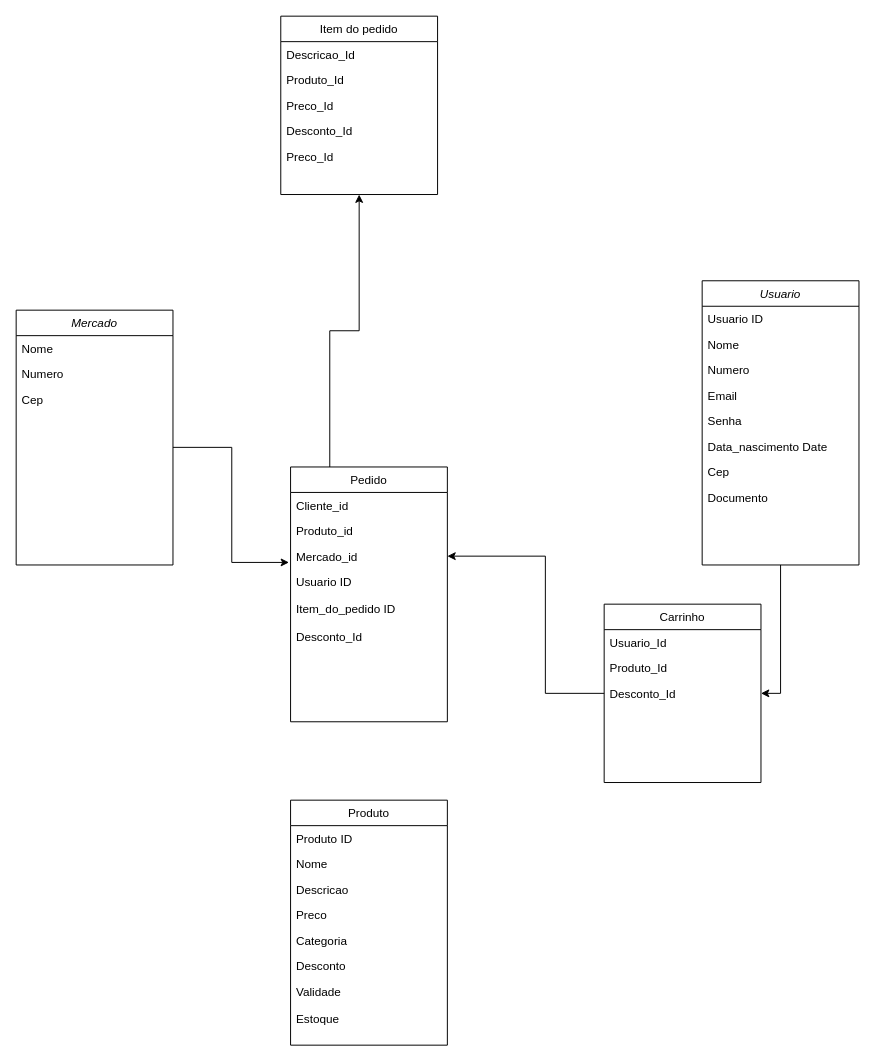
The draw.io diagram Pi5.drawio in GustavoSsampaio/Pi_Baratin, before the edit. Source tidied: cells renumbered, new cells numbered last; positions are measured from the earlier drawing's top-left corner, leaving out a move shared by most shapes. Both pictures are drawn from the tidied source at 98%, with x=0, y=0 at pixel (16, 16).
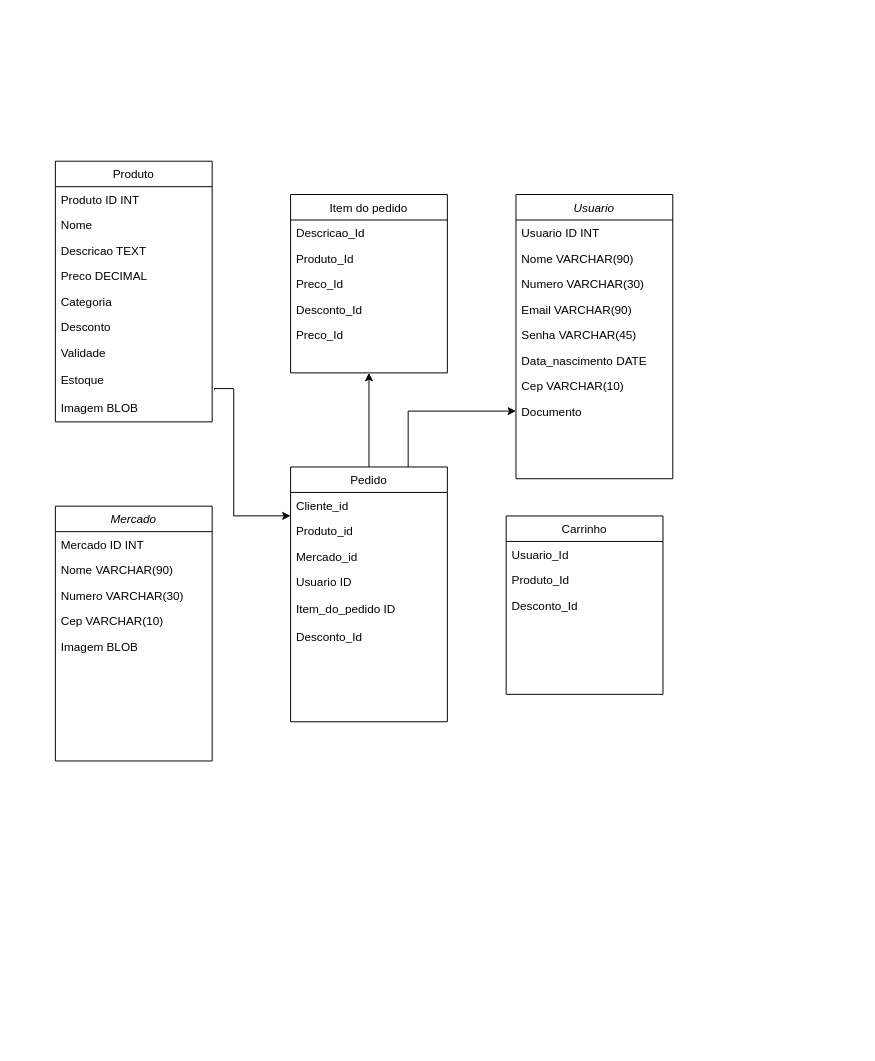
After the change.

Unchanged cells that the change refers to:
```xml
<mxCell id="13" value="Pedido" style="swimlane;fontStyle=0;align=center;verticalAlign=top;horizontal=1;startSize=26;rounded=0;shadow=0;strokeWidth=1;" parent="1" vertex="1">
  <mxGeometry x="280" y="460" width="160" height="260" as="geometry" />
</mxCell>
```

Change to the diagram source:
```diff
@@
-    <mxCell id="2" style="edgeStyle=orthogonalEdgeStyle;rounded=0;jettySize=auto;html=1;exitX=0.5;exitY=1;exitDx=0;exitDy=0;entryX=1;entryY=0.5;entryDx=0;entryDy=0;" parent="1" edge="1" source="3" target="20">
-      <mxGeometry relative="1" as="geometry" />
-    </mxCell>
     <mxCell id="3" value="Usuario" style="swimlane;fontStyle=2;align=center;verticalAlign=top;horizontal=1;startSize=26;rounded=0;shadow=0;strokeWidth=1;" parent="1" vertex="1">
-      <mxGeometry x="700" y="270" width="160" height="290" as="geometry" />
+      <mxGeometry x="510" y="182" width="160" height="290" as="geometry" />
     </mxCell>
-    <mxCell id="4" value="Usuario ID" style="text;align=left;verticalAlign=top;spacingLeft=4;spacingRight=4;overflow=hidden;" parent="3" vertex="1">
+    <mxCell id="4" value="Usuario ID INT" style="text;align=left;verticalAlign=top;spacingLeft=4;spacingRight=4;overflow=hidden;" parent="3" vertex="1">
       <mxGeometry y="26" width="160" height="26" as="geometry" />
     </mxCell>
-    <mxCell id="5" value="Nome" style="text;align=left;verticalAlign=top;spacingLeft=4;spacingRight=4;overflow=hidden;" parent="3" vertex="1">
+    <mxCell id="5" value="Nome VARCHAR(90)" style="text;align=left;verticalAlign=top;spacingLeft=4;spacingRight=4;overflow=hidden;" parent="3" vertex="1">
       <mxGeometry y="52" width="160" height="26" as="geometry" />
     </mxCell>
-    <mxCell id="6" value="Numero" style="text;align=left;verticalAlign=top;spacingLeft=4;spacingRight=4;overflow=hidden;rounded=0;shadow=0;html=0;" parent="3" vertex="1">
+    <mxCell id="6" value="Numero VARCHAR(30)" style="text;align=left;verticalAlign=top;spacingLeft=4;spacingRight=4;overflow=hidden;rounded=0;shadow=0;html=0;" parent="3" vertex="1">
       <mxGeometry y="78" width="160" height="26" as="geometry" />
     </mxCell>
-    <mxCell id="7" value="Email" style="text;align=left;verticalAlign=top;spacingLeft=4;spacingRight=4;overflow=hidden;rounded=0;shadow=0;html=0;" parent="3" vertex="1">
+    <mxCell id="7" value="Email VARCHAR(90)" style="text;align=left;verticalAlign=top;spacingLeft=4;spacingRight=4;overflow=hidden;rounded=0;shadow=0;html=0;" parent="3" vertex="1">
       <mxGeometry y="104" width="160" height="26" as="geometry" />
     </mxCell>
-    <mxCell id="8" value="Senha" style="text;align=left;verticalAlign=top;spacingLeft=4;spacingRight=4;overflow=hidden;" parent="3" vertex="1">
+    <mxCell id="8" value="Senha VARCHAR(45)" style="text;align=left;verticalAlign=top;spacingLeft=4;spacingRight=4;overflow=hidden;" parent="3" vertex="1">
       <mxGeometry y="130" width="160" height="26" as="geometry" />
     </mxCell>
-    <mxCell id="9" value="Data_nascimento Date" style="text;align=left;verticalAlign=top;spacingLeft=4;spacingRight=4;overflow=hidden;" parent="3" vertex="1">
+    <mxCell id="9" value="Data_nascimento DATE" style="text;align=left;verticalAlign=top;spacingLeft=4;spacingRight=4;overflow=hidden;" parent="3" vertex="1">
       <mxGeometry y="156" width="160" height="26" as="geometry" />
     </mxCell>
-    <mxCell id="10" value="Cep" style="text;align=left;verticalAlign=top;spacingLeft=4;spacingRight=4;overflow=hidden;" parent="3" vertex="1">
+    <mxCell id="10" value="Cep VARCHAR(10)" style="text;align=left;verticalAlign=top;spacingLeft=4;spacingRight=4;overflow=hidden;" parent="3" vertex="1">
       <mxGeometry y="182" width="160" height="26" as="geometry" />
     </mxCell>
-    <mxCell id="11" value="Documento" style="text;align=left;verticalAlign=top;spacingLeft=4;spacingRight=4;overflow=hidden;points=[[0,0.5],[1,0.5]];portConstraint=eastwest;" parent="3" vertex="1">
+    <mxCell id="11" value="Documento " style="text;align=left;verticalAlign=top;spacingLeft=4;spacingRight=4;overflow=hidden;points=[[0,0.5],[1,0.5]];portConstraint=eastwest;" parent="3" vertex="1">
       <mxGeometry y="208" width="160" height="26" as="geometry" />
     </mxCell>
-    <mxCell id="12" style="edgeStyle=orthogonalEdgeStyle;rounded=0;jettySize=auto;html=1;exitX=0.25;exitY=0;exitDx=0;exitDy=0;entryX=0.5;entryY=1;entryDx=0;entryDy=0;" parent="1" edge="1" source="13" target="37">
+    <mxCell id="12" style="edgeStyle=orthogonalEdgeStyle;rounded=0;jettySize=auto;html=1;exitX=0.5;exitY=0;exitDx=0;exitDy=0;entryX=0.5;entryY=1;entryDx=0;entryDy=0;" parent="1" edge="1" source="13" target="37">
       <mxGeometry relative="1" as="geometry" />
     </mxCell>
+    <mxCell id="45" style="edgeStyle=orthogonalEdgeStyle;rounded=0;jettySize=auto;html=1;exitX=0.75;exitY=0;exitDx=0;exitDy=0;entryX=0;entryY=0.5;entryDx=0;entryDy=0;" parent="1" edge="1" source="13" target="11">
+      <mxGeometry relative="1" as="geometry" />
+    </mxCell>
@@
     <mxCell id="20" value="Carrinho" style="swimlane;fontStyle=0;align=center;verticalAlign=top;horizontal=1;startSize=26;rounded=0;shadow=0;strokeWidth=1;" parent="1" vertex="1">
-      <mxGeometry x="600" y="600" width="160" height="182" as="geometry" />
+      <mxGeometry x="500" y="510" width="160" height="182" as="geometry" />
     </mxCell>
@@
     <mxCell id="24" value="Produto" style="swimlane;fontStyle=0;align=center;verticalAlign=top;horizontal=1;startSize=26;rounded=0;shadow=0;strokeWidth=1;" parent="1" vertex="1">
-      <mxGeometry x="280" y="800" width="160" height="250" as="geometry" />
+      <mxGeometry x="40" y="148" width="160" height="266" as="geometry" />
     </mxCell>
-    <mxCell id="25" value="Produto ID" style="text;align=left;verticalAlign=top;spacingLeft=4;spacingRight=4;overflow=hidden;" parent="24" vertex="1">
+    <mxCell id="25" value="Produto ID INT" style="text;align=left;verticalAlign=top;spacingLeft=4;spacingRight=4;overflow=hidden;" parent="24" vertex="1">
       <mxGeometry y="26" width="160" height="26" as="geometry" />
     </mxCell>
@@
-    <mxCell id="27" value="Descricao" style="text;align=left;verticalAlign=top;spacingLeft=4;spacingRight=4;overflow=hidden;" parent="24" vertex="1">
+    <mxCell id="27" value="Descricao TEXT" style="text;align=left;verticalAlign=top;spacingLeft=4;spacingRight=4;overflow=hidden;" parent="24" vertex="1">
       <mxGeometry y="78" width="160" height="26" as="geometry" />
     </mxCell>
-    <mxCell id="28" value="Preco" style="text;align=left;verticalAlign=top;spacingLeft=4;spacingRight=4;overflow=hidden;" parent="24" vertex="1">
+    <mxCell id="28" value="Preco DECIMAL" style="text;align=left;verticalAlign=top;spacingLeft=4;spacingRight=4;overflow=hidden;" parent="24" vertex="1">
       <mxGeometry y="104" width="160" height="26" as="geometry" />
     </mxCell>
@@
-    <mxCell id="32" value="Estoque" style="text;align=left;verticalAlign=top;spacingLeft=4;spacingRight=4;overflow=hidden;points=[[0,0.5],[1,0.5]];portConstraint=eastwest;" parent="24" vertex="1">
+    <mxCell id="32" value="Estoque " style="text;align=left;verticalAlign=top;spacingLeft=4;spacingRight=4;overflow=hidden;points=[[0,0.5],[1,0.5]];portConstraint=eastwest;" parent="24" vertex="1">
       <mxGeometry y="210" width="160" height="28" as="geometry" />
     </mxCell>
+    <mxCell id="46" value="Imagem BLOB" style="text;align=left;verticalAlign=top;spacingLeft=4;spacingRight=4;overflow=hidden;" parent="24" vertex="1">
+      <mxGeometry y="238" width="160" height="28" as="geometry" />
+    </mxCell>
     <mxCell id="33" value="Mercado" style="swimlane;fontStyle=2;align=center;verticalAlign=top;horizontal=1;startSize=26;rounded=0;shadow=0;strokeWidth=1;" parent="1" vertex="1">
-      <mxGeometry y="300" width="160" height="260" as="geometry" />
+      <mxGeometry x="40" y="500" width="160" height="260" as="geometry" />
     </mxCell>
-    <mxCell id="34" value="Nome" style="text;align=left;verticalAlign=top;spacingLeft=4;spacingRight=4;overflow=hidden;" parent="33" vertex="1">
+    <mxCell id="34" value="Mercado ID INT" style="text;align=left;verticalAlign=top;spacingLeft=4;spacingRight=4;overflow=hidden;" parent="33" vertex="1">
       <mxGeometry y="26" width="160" height="26" as="geometry" />
     </mxCell>
+    <mxCell id="47" value="Nome VARCHAR(90)" style="text;align=left;verticalAlign=top;spacingLeft=4;spacingRight=4;overflow=hidden;" parent="33" vertex="1">
+      <mxGeometry y="52" width="160" height="26" as="geometry" />
+    </mxCell>
-    <mxCell id="35" value="Numero" style="text;align=left;verticalAlign=top;spacingLeft=4;spacingRight=4;overflow=hidden;" parent="33" vertex="1">
-      <mxGeometry y="52" width="160" height="26" as="geometry" />
+    <mxCell id="35" value="Numero VARCHAR(30)" style="text;align=left;verticalAlign=top;spacingLeft=4;spacingRight=4;overflow=hidden;" parent="33" vertex="1">
+      <mxGeometry y="78" width="160" height="26" as="geometry" />
     </mxCell>
-    <mxCell id="36" value="Cep" style="text;align=left;verticalAlign=top;spacingLeft=4;spacingRight=4;overflow=hidden;" parent="33" vertex="1">
-      <mxGeometry y="78" width="160" height="26" as="geometry" />
+    <mxCell id="36" value="Cep VARCHAR(10)" style="text;align=left;verticalAlign=top;spacingLeft=4;spacingRight=4;overflow=hidden;" parent="33" vertex="1">
+      <mxGeometry y="104" width="160" height="26" as="geometry" />
     </mxCell>
+    <mxCell id="48" value="Imagem BLOB" style="text;align=left;verticalAlign=top;spacingLeft=4;spacingRight=4;overflow=hidden;" parent="33" vertex="1">
+      <mxGeometry y="130" width="160" height="26" as="geometry" />
+    </mxCell>
     <mxCell id="37" value="Item do pedido" style="swimlane;fontStyle=0;align=center;verticalAlign=top;horizontal=1;startSize=26;rounded=0;shadow=0;strokeWidth=1;" parent="1" vertex="1">
-      <mxGeometry x="270" width="160" height="182" as="geometry" />
+      <mxGeometry x="280" y="182" width="160" height="182" as="geometry" />
     </mxCell>
@@
-    <mxCell id="43" style="edgeStyle=orthogonalEdgeStyle;rounded=0;orthogonalLoop=1;jettySize=auto;html=1;exitX=0;exitY=0.5;exitDx=0;exitDy=0;entryX=1;entryY=0.5;entryDx=0;entryDy=0;" parent="1" edge="1">
-      <mxGeometry relative="1" as="geometry">
-        <mxPoint x="600" y="691" as="sourcePoint" />
-        <mxPoint x="440" y="551" as="targetPoint" />
-        <Array as="points">
-          <mxPoint x="540" y="691" />
-          <mxPoint x="540" y="551" />
-        </Array>
-      </mxGeometry>
-    </mxCell>
-    <mxCell id="44" style="edgeStyle=orthogonalEdgeStyle;rounded=0;orthogonalLoop=1;jettySize=auto;html=1;exitX=1;exitY=0.5;exitDx=0;exitDy=0;entryX=-0.01;entryY=-0.14;entryDx=0;entryDy=0;entryPerimeter=0;" parent="1" edge="1">
+    <mxCell id="44" style="edgeStyle=orthogonalEdgeStyle;rounded=0;jettySize=auto;html=1;exitX=1.015;exitY=0.833;exitDx=0;exitDy=0;entryX=-0.01;entryY=-0.14;entryDx=0;entryDy=0;entryPerimeter=0;exitPerimeter=0;" parent="1" edge="1" source="32">
       <mxGeometry relative="1" as="geometry">
-        <mxPoint x="160" y="440" as="sourcePoint" />
-        <mxPoint x="278.4" y="557.4" as="targetPoint" />
+        <mxPoint x="280" y="509.9" as="targetPoint" />
         <Array as="points">
-          <mxPoint x="220" y="440" />
-          <mxPoint x="220" y="557" />
+          <mxPoint x="202" y="380" />
+          <mxPoint x="222" y="380" />
+          <mxPoint x="222" y="510" />
         </Array>
       </mxGeometry>
     </mxCell>
```
